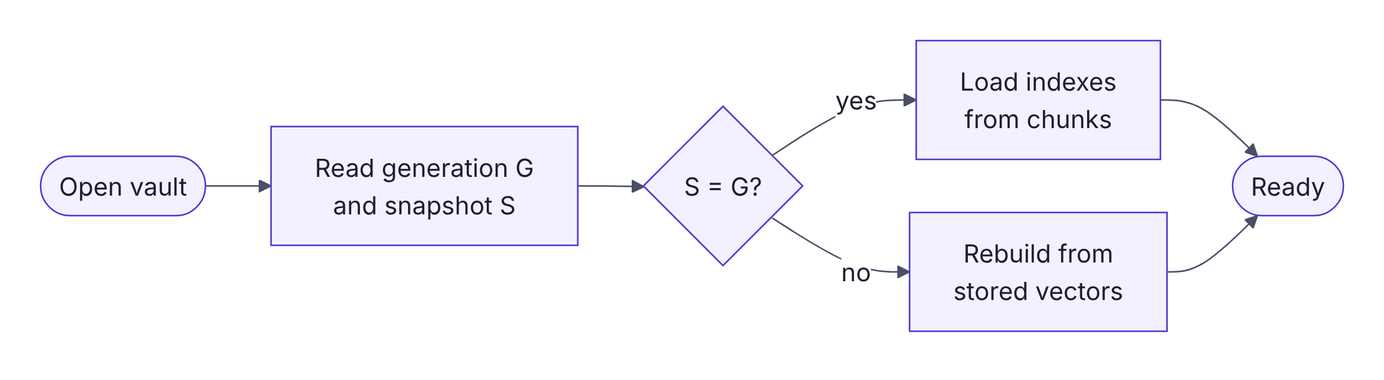
Before: paper/figures/fig-reopen.png, a diagram exported from Mermaid (bosekarmegam/vecforge). Its source is kept beside it as paper/figures/src/fig-reopen.mmd. Source of this version:
```mermaid
flowchart LR
    O([Open vault]) --> G[Read generation G<br/>and snapshot S]
    G --> C{S = G?}
    C -- yes --> L[Load indexes<br/>from chunks]
    C -- no --> R[Rebuild from<br/>stored vectors]
    L --> Y([Ready])
    R --> Y
```
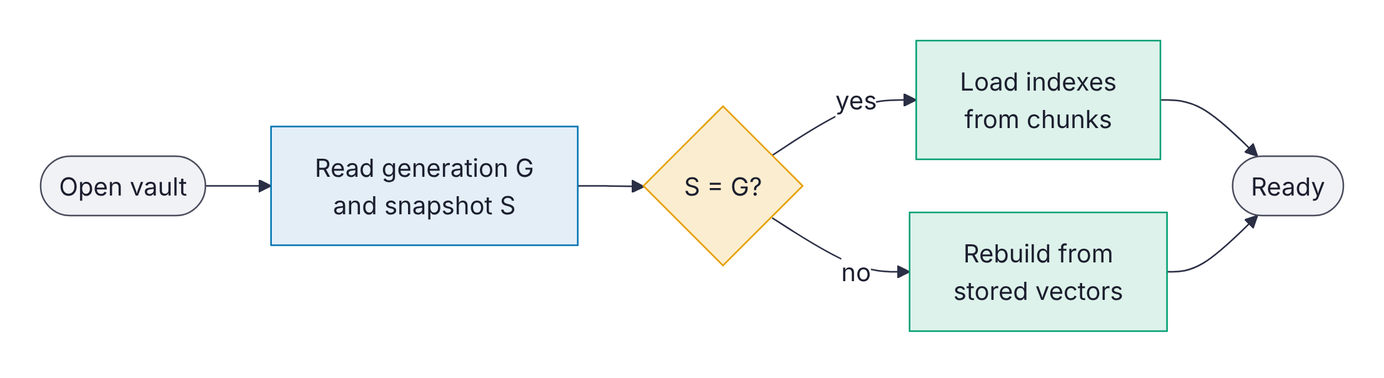
After the commit.

Change to the diagram source:
```diff
@@ -1,7 +1,13 @@
 flowchart LR
+    classDef terminal fill:#F1F2F6,stroke:#4A4D5C,color:#1B1E2E
+    classDef decision fill:#FBEDCF,stroke:#E69F00,color:#1B1E2E
+    classDef data fill:#DDF2EA,stroke:#009E73,color:#1B1E2E
     O([Open vault]) --> G[Read generation G<br/>and snapshot S]
     G --> C{S = G?}
     C -- yes --> L[Load indexes<br/>from chunks]
     C -- no --> R[Rebuild from<br/>stored vectors]
     L --> Y([Ready])
     R --> Y
+    class O,Y terminal
+    class C decision
+    class L,R data
```
